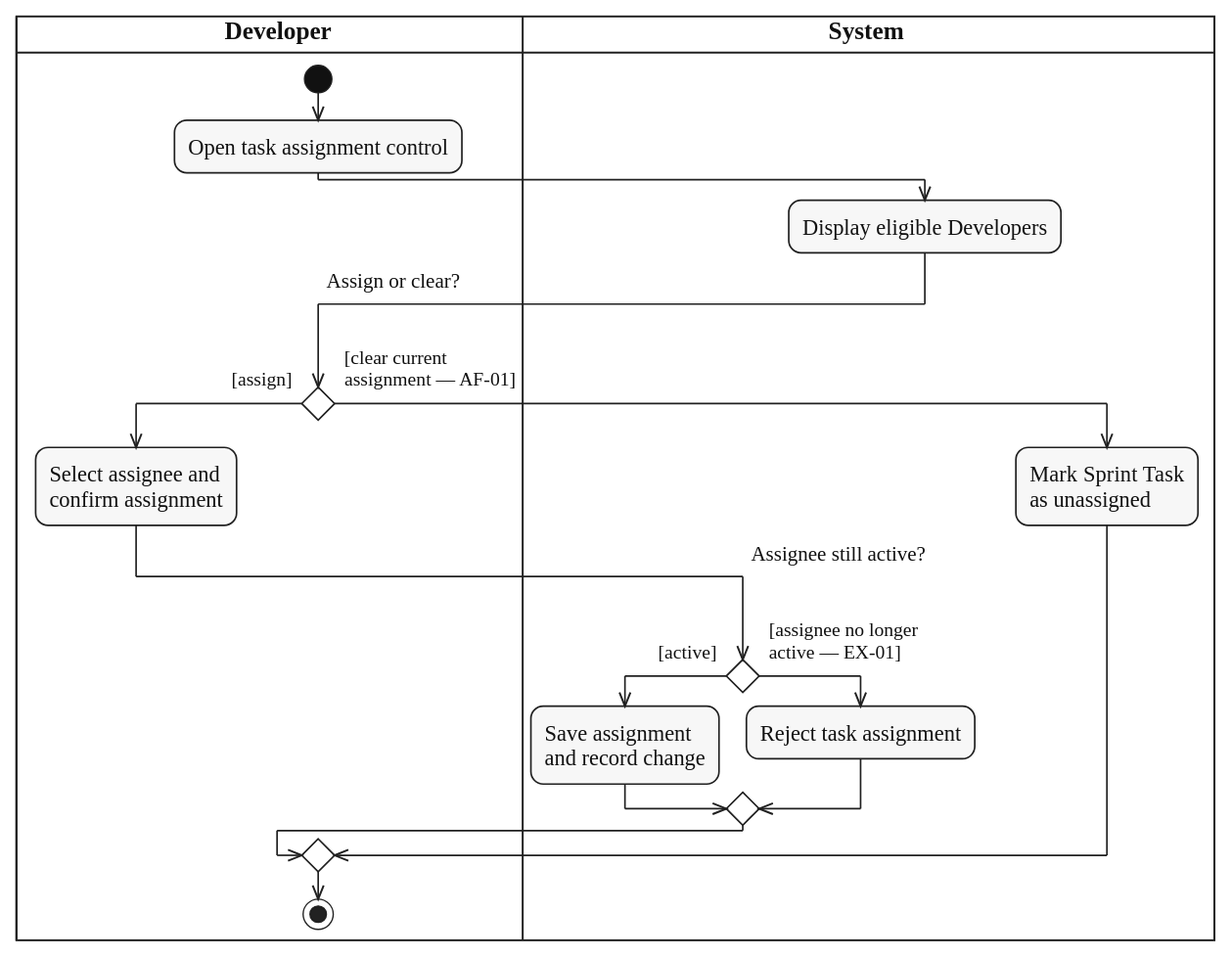
lukenab/swd392-doc-automation keeps this PlantUML diagram as diagrams/activity/sprint-work/svg/UC-SPRINT-TASK-ASSIGN.svg. Above is the earlier version. Its source is kept beside it as diagrams/activity/sprint-work/source/UC-SPRINT-TASK-ASSIGN.puml.
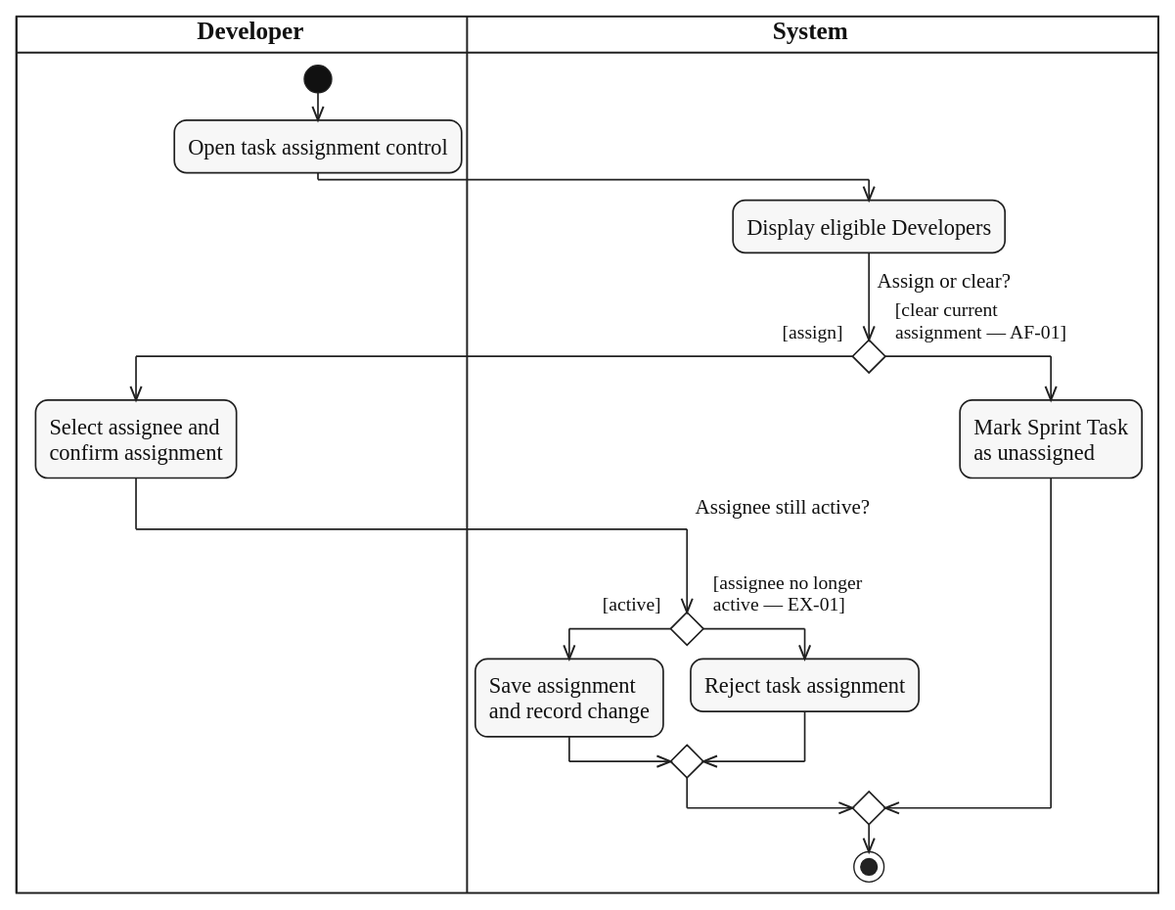
Later version of the same file.

What changed in the source:
```diff
@@ -8,8 +8,8 @@
 :Open task assignment control;
 |SYS|
 :Display eligible Developers;
-|DEV|
-if ($question_x("Assign or clear?")) then ($guard_left("[assign]"))
+if ($question("Assign or clear?")) then ($guard_left("[assign]"))
+  |DEV|
   :Select assignee and
   confirm assignment;
   |SYS|
@@ -24,6 +24,6 @@
   :Mark Sprint Task
   as unassigned;
 endif
-|DEV|
+|SYS|
 stop
 @enduml
```
